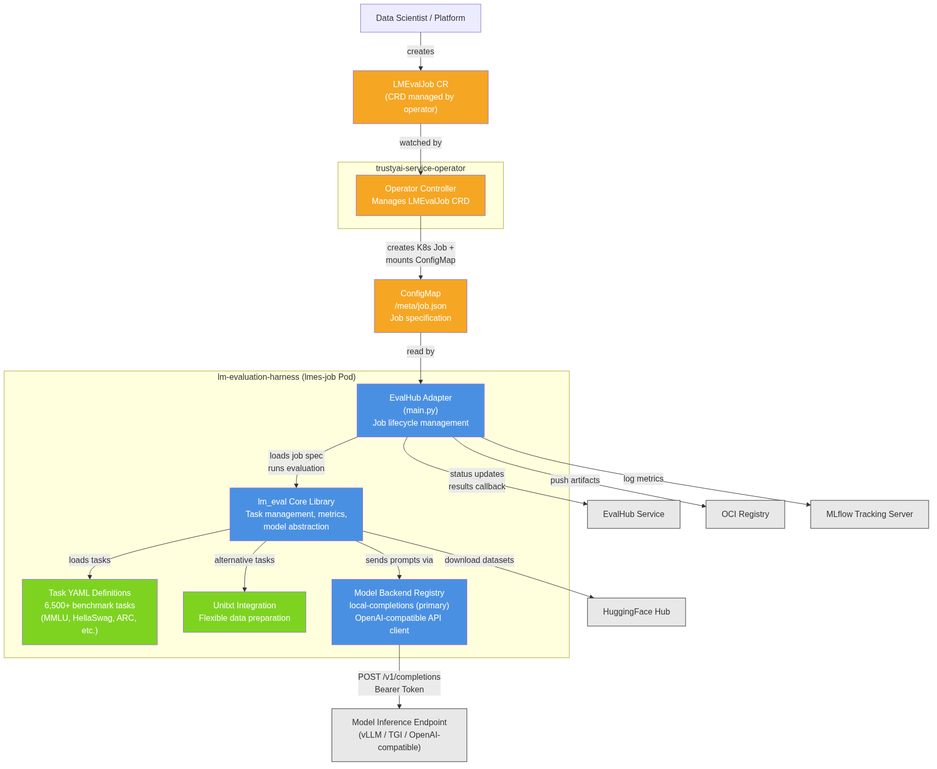
Above: architecture/rhoai.next/diagrams/lm-evaluation-harness-component.png in rhuss/architecture-context (Mermaid), before the change. Its source is kept beside it as architecture/rhoai.next/diagrams/lm-evaluation-harness-component.mmd.
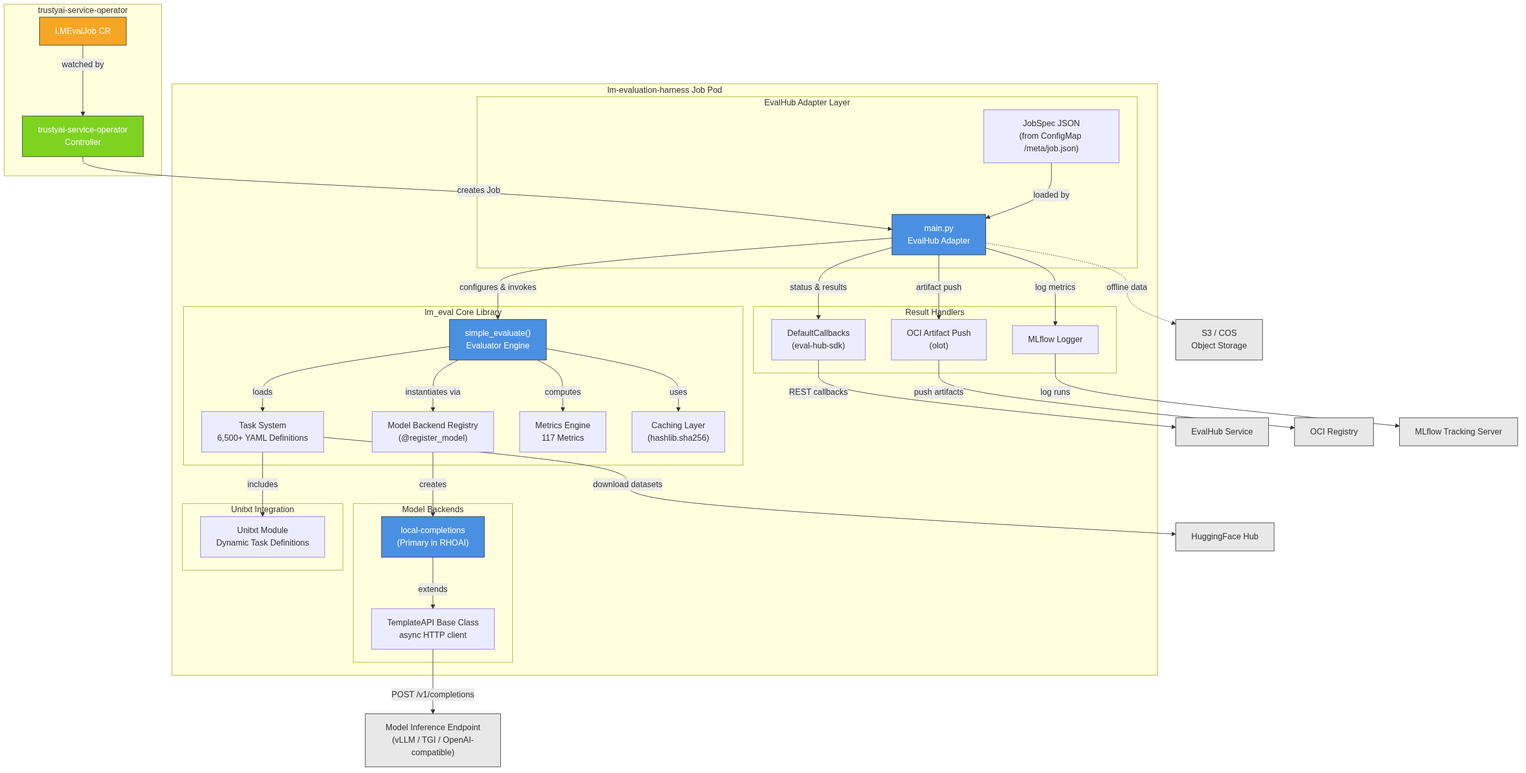
The same diagram one commit later.

Diff of the diagram source:
```diff
@@ -1,46 +1,78 @@
 graph TB
-    subgraph Operator["trustyai-service-operator"]
-        OpController["Operator Controller<br/>Manages LMEvalJob CRD"]
+    subgraph "trustyai-service-operator"
+        Operator[trustyai-service-operator<br/>Controller]
+        LMEvalJobCR[LMEvalJob CR]
     end
 
-    subgraph LMESJob["lm-evaluation-harness (lmes-job Pod)"]
-        direction TB
-        Adapter["EvalHub Adapter<br/>(main.py)<br/>Job lifecycle management"]
-        LMEvalCore["lm_eval Core Library<br/>Task management, metrics,<br/>model abstraction"]
-        TaskDefs["Task YAML Definitions<br/>6,500+ benchmark tasks<br/>(MMLU, HellaSwag, ARC, etc.)"]
-        Unitxt["Unitxt Integration<br/>Flexible data preparation"]
-        ModelBackend["Model Backend Registry<br/>local-completions (primary)<br/>OpenAI-compatible API client"]
+    subgraph "lm-evaluation-harness Job Pod"
+        subgraph "EvalHub Adapter Layer"
+            MainPy["main.py<br/>EvalHub Adapter"]
+            JobSpec["JobSpec JSON<br/>(from ConfigMap /meta/job.json)"]
+        end
 
-        Adapter -->|"loads job spec<br/>runs evaluation"| LMEvalCore
-        LMEvalCore -->|"loads tasks"| TaskDefs
-        LMEvalCore -->|"alternative tasks"| Unitxt
-        LMEvalCore -->|"sends prompts via"| ModelBackend
+        subgraph "lm_eval Core Library"
+            Evaluator["simple_evaluate()<br/>Evaluator Engine"]
+            TaskSystem["Task System<br/>6,500+ YAML Definitions"]
+            ModelRegistry["Model Backend Registry<br/>(@register_model)"]
+            Metrics["Metrics Engine<br/>117 Metrics"]
+            Cache["Caching Layer<br/>(hashlib.sha256)"]
+        end
+
+        subgraph "Model Backends"
+            LocalCompletions["local-completions<br/>(Primary in RHOAI)"]
+            TemplateAPI["TemplateAPI Base Class<br/>async HTTP client"]
+        end
+
+        subgraph "Result Handlers"
+            Callbacks["DefaultCallbacks<br/>(eval-hub-sdk)"]
+            OCIPush["OCI Artifact Push<br/>(olot)"]
+            MLflowLog["MLflow Logger"]
+        end
+
+        subgraph "Unitxt Integration"
+            Unitxt["Unitxt Module<br/>Dynamic Task Definitions"]
+        end
     end
 
-    LMEvalJobCR["LMEvalJob CR<br/>(CRD managed by operator)"]
-    ConfigMap["ConfigMap<br/>/meta/job.json<br/>Job specification"]
+    EvalHub["EvalHub Service"]
+    ModelEndpoint["Model Inference Endpoint<br/>(vLLM / TGI / OpenAI-compatible)"]
+    OCIRegistry["OCI Registry"]
+    MLflowServer["MLflow Tracking Server"]
+    HFHub["HuggingFace Hub"]
+    S3["S3 / COS<br/>Object Storage"]
 
-    User["Data Scientist / Platform"] -->|"creates"| LMEvalJobCR
-    LMEvalJobCR -->|"watched by"| OpController
-    OpController -->|"creates K8s Job +<br/>mounts ConfigMap"| ConfigMap
-    ConfigMap -->|"read by"| Adapter
+    Operator -->|creates Job| MainPy
+    LMEvalJobCR -->|watched by| Operator
+    JobSpec -->|loaded by| MainPy
 
-    ModelBackend -->|"POST /v1/completions<br/>Bearer Token"| InferenceEndpoint["Model Inference Endpoint<br/>(vLLM / TGI / OpenAI-compatible)"]
-    Adapter -->|"status updates<br/>results callback"| EvalHub["EvalHub Service"]
-    Adapter -->|"push artifacts"| OCIRegistry["OCI Registry"]
-    Adapter -->|"log metrics"| MLflow["MLflow Tracking Server"]
-    LMEvalCore -->|"download datasets"| HFHub["HuggingFace Hub"]
+    MainPy -->|configures & invokes| Evaluator
+    Evaluator -->|loads| TaskSystem
+    Evaluator -->|instantiates via| ModelRegistry
+    Evaluator -->|computes| Metrics
+    ModelRegistry -->|creates| LocalCompletions
+    LocalCompletions -->|extends| TemplateAPI
+    TaskSystem -->|includes| Unitxt
+    Evaluator -->|uses| Cache
 
-    style Adapter fill:#4a90e2,color:#fff
-    style LMEvalCore fill:#4a90e2,color:#fff
-    style ModelBackend fill:#4a90e2,color:#fff
-    style TaskDefs fill:#7ed321,color:#fff
-    style Unitxt fill:#7ed321,color:#fff
-    style OpController fill:#f5a623,color:#fff
-    style LMEvalJobCR fill:#f5a623,color:#fff
-    style ConfigMap fill:#f5a623,color:#fff
-    style InferenceEndpoint fill:#e8e8e8,stroke:#333
+    MainPy -->|status & results| Callbacks
+    MainPy -->|artifact push| OCIPush
+    MainPy -->|log metrics| MLflowLog
+
+    Callbacks -->|REST callbacks| EvalHub
+    TemplateAPI -->|POST /v1/completions| ModelEndpoint
+    OCIPush -->|push artifacts| OCIRegistry
+    MLflowLog -->|log runs| MLflowServer
+    TaskSystem -->|download datasets| HFHub
+    MainPy -.->|offline data| S3
+
+    style MainPy fill:#4a90e2,stroke:#333,color:#fff
+    style Evaluator fill:#4a90e2,stroke:#333,color:#fff
+    style LocalCompletions fill:#4a90e2,stroke:#333,color:#fff
+    style Operator fill:#7ed321,stroke:#333,color:#fff
+    style LMEvalJobCR fill:#f5a623,stroke:#333,color:#fff
     style EvalHub fill:#e8e8e8,stroke:#333
+    style ModelEndpoint fill:#e8e8e8,stroke:#333
     style OCIRegistry fill:#e8e8e8,stroke:#333
-    style MLflow fill:#e8e8e8,stroke:#333
+    style MLflowServer fill:#e8e8e8,stroke:#333
     style HFHub fill:#e8e8e8,stroke:#333
+    style S3 fill:#e8e8e8,stroke:#333
```
